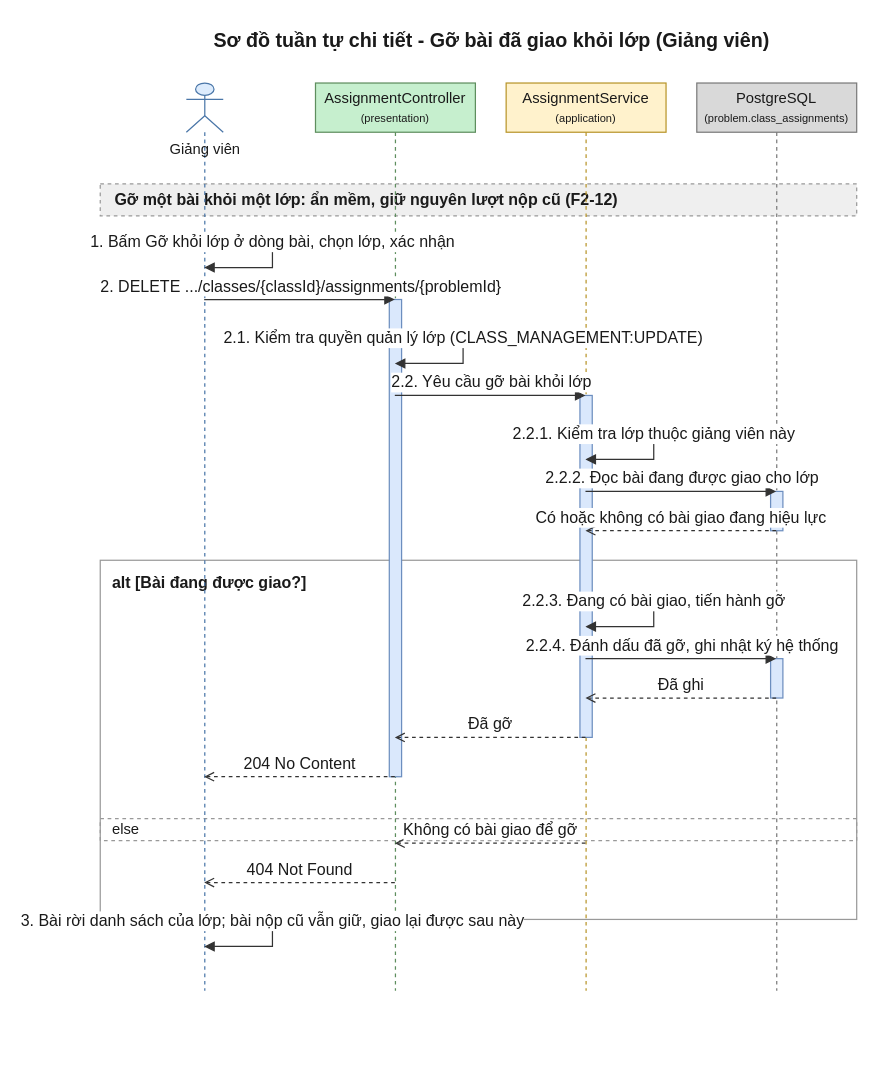
Above: 08-diagram/sequence/gv/sequence_gv_go_bai_khoi_lop.drawio in daiphu1801/PRJ_ALGOPREP (draw.io), before the change. Source tidied: cells renumbered, new cells numbered last; positions are measured from the earlier drawing's top-left corner, leaving out a move shared by most shapes. Both pictures are drawn from the tidied source at 123%, with x=0, y=0 at pixel (100, 21).
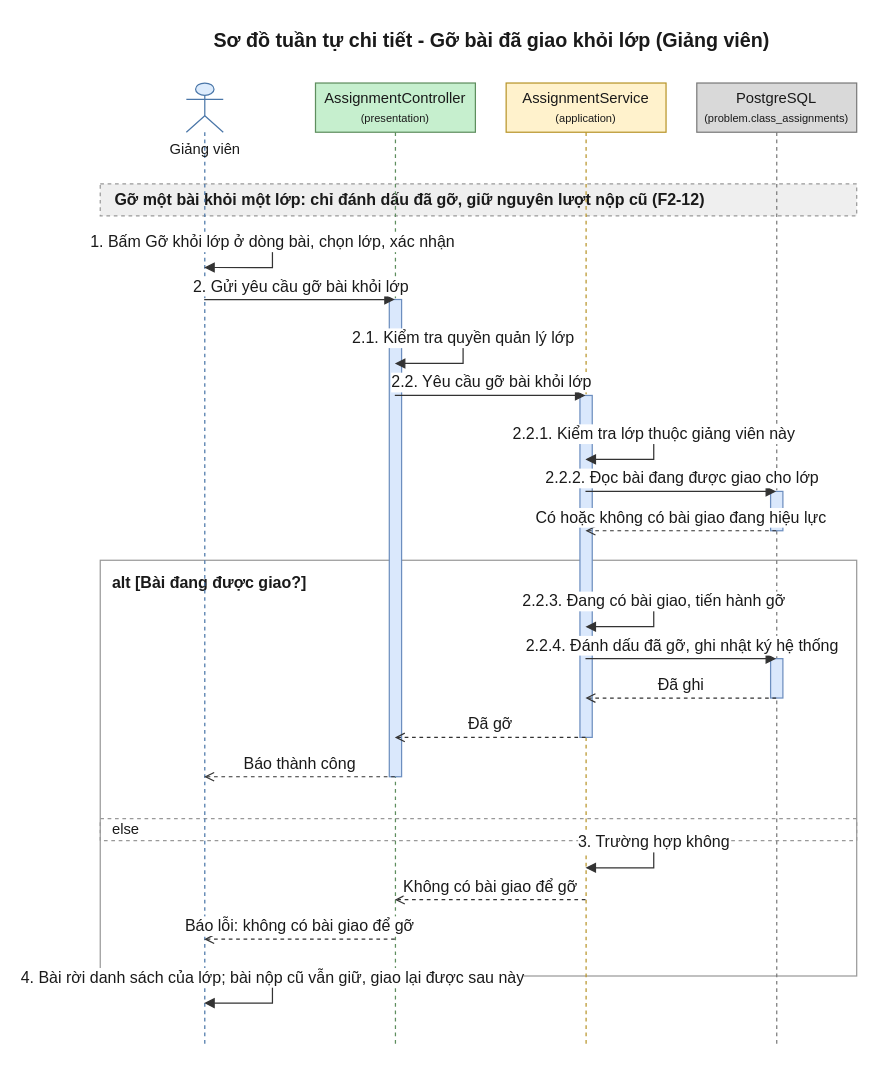
The same diagram, later.

The edit, as a diff of the source:
```diff
@@
     <mxCell id="3" value="alt [Bài đang được giao?]" style="algoprep=alt;rounded=0;whiteSpace=wrap;html=1;fillColor=none;strokeColor=#999999;verticalAlign=top;align=left;spacingLeft=8;spacingTop=4;fontColor=#1A1A1A;fontSize=13;fontStyle=1;dashed=0;" parent="1" vertex="1">
-      <mxGeometry y="438" width="615" height="292" as="geometry" />
+      <mxGeometry y="438" width="615" height="338" as="geometry" />
     </mxCell>
@@
-    <mxCell id="5" value="Gỡ một bài khỏi một lớp: ẩn mềm, giữ nguyên lượt nộp cũ (F2-12)" style="algoprep=phase;rounded=0;whiteSpace=wrap;html=1;fillColor=#EFEFEF;strokeColor=#999999;dashed=1;align=left;verticalAlign=middle;spacingLeft=10;fontColor=#1A1A1A;fontSize=13;fontStyle=1;" parent="1" vertex="1">
+    <mxCell id="5" value="Gỡ một bài khỏi một lớp: chỉ đánh dấu đã gỡ, giữ nguyên lượt nộp cũ (F2-12)" style="algoprep=phase;rounded=0;whiteSpace=wrap;html=1;fillColor=#EFEFEF;strokeColor=#999999;dashed=1;align=left;verticalAlign=middle;spacingLeft=10;fontColor=#1A1A1A;fontSize=13;fontStyle=1;" parent="1" vertex="1">
       <mxGeometry y="132" width="615" height="26" as="geometry" />
     </mxCell>
     <mxCell id="6" value="Giảng viên" style="shape=umlLifeline;participant=umlActor;perimeter=lifelinePerimeter;html=1;outlineConnect=0;size=40;verticalAlign=top;spacingTop=40;fillColor=#DCEBFC;strokeColor=#4A76A8;fontColor=#1A1A1A;" parent="1" vertex="1">
-      <mxGeometry x="70" y="50" width="30" height="738" as="geometry" />
+      <mxGeometry x="70" y="50" width="30" height="784" as="geometry" />
     </mxCell>
     <mxCell id="7" value="AssignmentController&lt;br&gt;&lt;font style=&quot;font-size:9px&quot;&gt;(presentation)&lt;/font&gt;" style="shape=umlLifeline;perimeter=lifelinePerimeter;whiteSpace=wrap;html=1;outlineConnect=0;size=40;fillColor=#C6EFCE;strokeColor=#5E8E5E;fontColor=#1A1A1A;" parent="1" vertex="1">
-      <mxGeometry x="175" y="50" width="130" height="738" as="geometry" />
+      <mxGeometry x="175" y="50" width="130" height="784" as="geometry" />
     </mxCell>
     <mxCell id="8" value="AssignmentService&lt;br&gt;&lt;font style=&quot;font-size:9px&quot;&gt;(application)&lt;/font&gt;" style="shape=umlLifeline;perimeter=lifelinePerimeter;whiteSpace=wrap;html=1;outlineConnect=0;size=40;fillColor=#FFF2CC;strokeColor=#B8952A;fontColor=#1A1A1A;" parent="1" vertex="1">
-      <mxGeometry x="330" y="50" width="130" height="738" as="geometry" />
+      <mxGeometry x="330" y="50" width="130" height="784" as="geometry" />
     </mxCell>
     <mxCell id="9" value="PostgreSQL&lt;br&gt;&lt;font style=&quot;font-size:9px&quot;&gt;(problem.class_assignments)&lt;/font&gt;" style="shape=umlLifeline;perimeter=lifelinePerimeter;whiteSpace=wrap;html=1;outlineConnect=0;size=40;fillColor=#D9D9D9;strokeColor=#7A7A7A;fontColor=#1A1A1A;" parent="1" vertex="1">
-      <mxGeometry x="485" y="50" width="130" height="738" as="geometry" />
+      <mxGeometry x="485" y="50" width="130" height="784" as="geometry" />
     </mxCell>
@@
-    <mxCell id="14" value="1. Bấm Gỡ khỏi lớp ở dòng bài, chọn lớp, xác nhận" style="edgeStyle=orthogonalEdgeStyle;rounded=0;html=1;endArrow=block;endFill=1;strokeColor=#333333;fontColor=#1A1A1A;fontSize=13;verticalAlign=bottom;exitX=0.5;exitY=0.1762;exitDx=0;exitDy=0;entryX=0.5;entryY=0.2033;entryDx=0;entryDy=0;" parent="1" edge="1" source="6" target="6">
+    <mxCell id="14" value="1. Bấm Gỡ khỏi lớp ở dòng bài, chọn lớp, xác nhận" style="edgeStyle=orthogonalEdgeStyle;rounded=0;html=1;endArrow=block;endFill=1;strokeColor=#333333;fontColor=#1A1A1A;fontSize=13;verticalAlign=bottom;exitX=0.5;exitY=0.1658;exitDx=0;exitDy=0;entryX=0.5;entryY=0.1913;entryDx=0;entryDy=0;" parent="1" edge="1" source="6" target="6">
       <mxGeometry relative="1" as="geometry">
         <Array as="points">
           <mxPoint x="140" y="180" />
           <mxPoint x="140" y="200" />
         </Array>
       </mxGeometry>
     </mxCell>
-    <mxCell id="15" value="2. DELETE .../classes/{classId}/assignments/{problemId}" style="edgeStyle=none;html=1;endArrow=block;endFill=1;strokeColor=#333333;fontColor=#1A1A1A;fontSize=13;verticalAlign=bottom;exitX=0.5;exitY=0.2385;exitDx=0;exitDy=0;entryX=0.5;entryY=0.2385;entryDx=0;entryDy=0;" parent="1" edge="1" source="6" target="7">
+    <mxCell id="15" value="2. Gửi yêu cầu gỡ bài khỏi lớp" style="edgeStyle=none;html=1;endArrow=block;endFill=1;strokeColor=#333333;fontColor=#1A1A1A;fontSize=13;verticalAlign=bottom;exitX=0.5;exitY=0.2245;exitDx=0;exitDy=0;entryX=0.5;entryY=0.2245;entryDx=0;entryDy=0;" parent="1" edge="1" source="6" target="7">
       <mxGeometry relative="1" as="geometry" />
     </mxCell>
-    <mxCell id="16" value="2.1. Kiểm tra quyền quản lý lớp (CLASS_MANAGEMENT:UPDATE)" style="edgeStyle=orthogonalEdgeStyle;rounded=0;html=1;endArrow=block;endFill=1;strokeColor=#333333;fontColor=#1A1A1A;fontSize=13;verticalAlign=bottom;exitX=0.5;exitY=0.2818;exitDx=0;exitDy=0;entryX=0.5;entryY=0.3089;entryDx=0;entryDy=0;" parent="1" edge="1" source="7" target="7">
+    <mxCell id="16" value="2.1. Kiểm tra quyền quản lý lớp" style="edgeStyle=orthogonalEdgeStyle;rounded=0;html=1;endArrow=block;endFill=1;strokeColor=#333333;fontColor=#1A1A1A;fontSize=13;verticalAlign=bottom;exitX=0.5;exitY=0.2653;exitDx=0;exitDy=0;entryX=0.5;entryY=0.2908;entryDx=0;entryDy=0;" parent="1" edge="1" source="7" target="7">
       <mxGeometry relative="1" as="geometry">
         <Array as="points">
           <mxPoint x="295" y="258" />
           <mxPoint x="295" y="278" />
         </Array>
       </mxGeometry>
     </mxCell>
-    <mxCell id="17" value="2.2. Yêu cầu gỡ bài khỏi lớp" style="edgeStyle=none;html=1;endArrow=block;endFill=1;strokeColor=#333333;fontColor=#1A1A1A;fontSize=13;verticalAlign=bottom;exitX=0.5;exitY=0.3442;exitDx=0;exitDy=0;entryX=0.5;entryY=0.3442;entryDx=0;entryDy=0;" parent="1" edge="1" source="7" target="8">
+    <mxCell id="17" value="2.2. Yêu cầu gỡ bài khỏi lớp" style="edgeStyle=none;html=1;endArrow=block;endFill=1;strokeColor=#333333;fontColor=#1A1A1A;fontSize=13;verticalAlign=bottom;exitX=0.5;exitY=0.3240;exitDx=0;exitDy=0;entryX=0.5;entryY=0.3240;entryDx=0;entryDy=0;" parent="1" edge="1" source="7" target="8">
       <mxGeometry relative="1" as="geometry" />
     </mxCell>
-    <mxCell id="18" value="2.2.1. Kiểm tra lớp thuộc giảng viên này" style="edgeStyle=orthogonalEdgeStyle;rounded=0;html=1;endArrow=block;endFill=1;strokeColor=#333333;fontColor=#1A1A1A;fontSize=13;verticalAlign=bottom;exitX=0.5;exitY=0.3875;exitDx=0;exitDy=0;entryX=0.5;entryY=0.4146;entryDx=0;entryDy=0;" parent="1" edge="1" source="8" target="8">
+    <mxCell id="18" value="2.2.1. Kiểm tra lớp thuộc giảng viên này" style="edgeStyle=orthogonalEdgeStyle;rounded=0;html=1;endArrow=block;endFill=1;strokeColor=#333333;fontColor=#1A1A1A;fontSize=13;verticalAlign=bottom;exitX=0.5;exitY=0.3648;exitDx=0;exitDy=0;entryX=0.5;entryY=0.3903;entryDx=0;entryDy=0;" parent="1" edge="1" source="8" target="8">
       <mxGeometry relative="1" as="geometry">
         <Array as="points">
           <mxPoint x="450" y="336" />
           <mxPoint x="450" y="356" />
         </Array>
       </mxGeometry>
     </mxCell>
-    <mxCell id="19" value="2.2.2. Đọc bài đang được giao cho lớp" style="edgeStyle=none;html=1;endArrow=block;endFill=1;strokeColor=#333333;fontColor=#1A1A1A;fontSize=13;verticalAlign=bottom;exitX=0.5;exitY=0.4499;exitDx=0;exitDy=0;entryX=0.5;entryY=0.4499;entryDx=0;entryDy=0;" parent="1" edge="1" source="8" target="9">
+    <mxCell id="19" value="2.2.2. Đọc bài đang được giao cho lớp" style="edgeStyle=none;html=1;endArrow=block;endFill=1;strokeColor=#333333;fontColor=#1A1A1A;fontSize=13;verticalAlign=bottom;exitX=0.5;exitY=0.4235;exitDx=0;exitDy=0;entryX=0.5;entryY=0.4235;entryDx=0;entryDy=0;" parent="1" edge="1" source="8" target="9">
       <mxGeometry relative="1" as="geometry" />
     </mxCell>
-    <mxCell id="20" value="Có hoặc không có bài giao đang hiệu lực" style="edgeStyle=none;html=1;endArrow=open;endFill=0;dashed=1;strokeColor=#333333;fontColor=#1A1A1A;fontSize=13;verticalAlign=bottom;exitX=0.5;exitY=0.4932;exitDx=0;exitDy=0;entryX=0.5;entryY=0.4932;entryDx=0;entryDy=0;" parent="1" edge="1" source="9" target="8">
+    <mxCell id="20" value="Có hoặc không có bài giao đang hiệu lực" style="edgeStyle=none;html=1;endArrow=open;endFill=0;dashed=1;strokeColor=#333333;fontColor=#1A1A1A;fontSize=13;verticalAlign=bottom;exitX=0.5;exitY=0.4643;exitDx=0;exitDy=0;entryX=0.5;entryY=0.4643;entryDx=0;entryDy=0;" parent="1" edge="1" source="9" target="8">
       <mxGeometry relative="1" as="geometry" />
     </mxCell>
-    <mxCell id="21" value="2.2.3. Đang có bài giao, tiến hành gỡ" style="edgeStyle=orthogonalEdgeStyle;rounded=0;html=1;endArrow=block;endFill=1;strokeColor=#333333;fontColor=#1A1A1A;fontSize=13;verticalAlign=bottom;exitX=0.5;exitY=0.5718;exitDx=0;exitDy=0;entryX=0.5;entryY=0.5989;entryDx=0;entryDy=0;" parent="1" edge="1" source="8" target="8">
+    <mxCell id="21" value="2.2.3. Đang có bài giao, tiến hành gỡ" style="edgeStyle=orthogonalEdgeStyle;rounded=0;html=1;endArrow=block;endFill=1;strokeColor=#333333;fontColor=#1A1A1A;fontSize=13;verticalAlign=bottom;exitX=0.5;exitY=0.5383;exitDx=0;exitDy=0;entryX=0.5;entryY=0.5638;entryDx=0;entryDy=0;" parent="1" edge="1" source="8" target="8">
       <mxGeometry relative="1" as="geometry">
         <Array as="points">
           <mxPoint x="450" y="472" />
           <mxPoint x="450" y="492" />
         </Array>
       </mxGeometry>
     </mxCell>
-    <mxCell id="22" value="2.2.4. Đánh dấu đã gỡ, ghi nhật ký hệ thống" style="edgeStyle=none;html=1;endArrow=block;endFill=1;strokeColor=#333333;fontColor=#1A1A1A;fontSize=13;verticalAlign=bottom;exitX=0.5;exitY=0.6341;exitDx=0;exitDy=0;entryX=0.5;entryY=0.6341;entryDx=0;entryDy=0;" parent="1" edge="1" source="8" target="9">
+    <mxCell id="22" value="2.2.4. Đánh dấu đã gỡ, ghi nhật ký hệ thống" style="edgeStyle=none;html=1;endArrow=block;endFill=1;strokeColor=#333333;fontColor=#1A1A1A;fontSize=13;verticalAlign=bottom;exitX=0.5;exitY=0.5969;exitDx=0;exitDy=0;entryX=0.5;entryY=0.5969;entryDx=0;entryDy=0;" parent="1" edge="1" source="8" target="9">
       <mxGeometry relative="1" as="geometry" />
     </mxCell>
-    <mxCell id="23" value="Đã ghi" style="edgeStyle=none;html=1;endArrow=open;endFill=0;dashed=1;strokeColor=#333333;fontColor=#1A1A1A;fontSize=13;verticalAlign=bottom;exitX=0.5;exitY=0.6775;exitDx=0;exitDy=0;entryX=0.5;entryY=0.6775;entryDx=0;entryDy=0;" parent="1" edge="1" source="9" target="8">
+    <mxCell id="23" value="Đã ghi" style="edgeStyle=none;html=1;endArrow=open;endFill=0;dashed=1;strokeColor=#333333;fontColor=#1A1A1A;fontSize=13;verticalAlign=bottom;exitX=0.5;exitY=0.6378;exitDx=0;exitDy=0;entryX=0.5;entryY=0.6378;entryDx=0;entryDy=0;" parent="1" edge="1" source="9" target="8">
       <mxGeometry relative="1" as="geometry" />
     </mxCell>
-    <mxCell id="24" value="Đã gỡ" style="edgeStyle=none;html=1;endArrow=open;endFill=0;dashed=1;strokeColor=#333333;fontColor=#1A1A1A;fontSize=13;verticalAlign=bottom;exitX=0.5;exitY=0.7209;exitDx=0;exitDy=0;entryX=0.5;entryY=0.7209;entryDx=0;entryDy=0;" parent="1" edge="1" source="8" target="7">
+    <mxCell id="24" value="Đã gỡ" style="edgeStyle=none;html=1;endArrow=open;endFill=0;dashed=1;strokeColor=#333333;fontColor=#1A1A1A;fontSize=13;verticalAlign=bottom;exitX=0.5;exitY=0.6786;exitDx=0;exitDy=0;entryX=0.5;entryY=0.6786;entryDx=0;entryDy=0;" parent="1" edge="1" source="8" target="7">
       <mxGeometry relative="1" as="geometry" />
     </mxCell>
-    <mxCell id="25" value="204 No Content" style="edgeStyle=none;html=1;endArrow=open;endFill=0;dashed=1;strokeColor=#333333;fontColor=#1A1A1A;fontSize=13;verticalAlign=bottom;exitX=0.5;exitY=0.7642;exitDx=0;exitDy=0;entryX=0.5;entryY=0.7642;entryDx=0;entryDy=0;" parent="1" edge="1" source="7" target="6">
+    <mxCell id="25" value="Báo thành công" style="edgeStyle=none;html=1;endArrow=open;endFill=0;dashed=1;strokeColor=#333333;fontColor=#1A1A1A;fontSize=13;verticalAlign=bottom;exitX=0.5;exitY=0.7194;exitDx=0;exitDy=0;entryX=0.5;entryY=0.7194;entryDx=0;entryDy=0;" parent="1" edge="1" source="7" target="6">
       <mxGeometry relative="1" as="geometry" />
     </mxCell>
-    <mxCell id="26" value="Không có bài giao để gỡ" style="edgeStyle=none;html=1;endArrow=open;endFill=0;dashed=1;strokeColor=#333333;fontColor=#1A1A1A;fontSize=13;verticalAlign=bottom;exitX=0.5;exitY=0.8374;exitDx=0;exitDy=0;entryX=0.5;entryY=0.8374;entryDx=0;entryDy=0;" parent="1" edge="1" source="8" target="7">
-      <mxGeometry relative="1" as="geometry" />
+    <mxCell id="26" value="3. Trường hợp không" style="edgeStyle=orthogonalEdgeStyle;rounded=0;html=1;endArrow=block;endFill=1;strokeColor=#333333;fontColor=#1A1A1A;fontSize=13;verticalAlign=bottom;exitX=0.5;exitY=0.7883;exitDx=0;exitDy=0;entryX=0.5;entryY=0.8138;entryDx=0;entryDy=0;" parent="1" edge="1" source="8" target="8">
+      <mxGeometry relative="1" as="geometry">
+        <Array as="points">
+          <mxPoint x="450" y="668" />
+          <mxPoint x="450" y="688" />
+        </Array>
+      </mxGeometry>
     </mxCell>
-    <mxCell id="27" value="404 Not Found" style="edgeStyle=none;html=1;endArrow=open;endFill=0;dashed=1;strokeColor=#333333;fontColor=#1A1A1A;fontSize=13;verticalAlign=bottom;exitX=0.5;exitY=0.8808;exitDx=0;exitDy=0;entryX=0.5;entryY=0.8808;entryDx=0;entryDy=0;" parent="1" edge="1" source="7" target="6">
+    <mxCell id="27" value="Không có bài giao để gỡ" style="edgeStyle=none;html=1;endArrow=open;endFill=0;dashed=1;strokeColor=#333333;fontColor=#1A1A1A;fontSize=13;verticalAlign=bottom;exitX=0.5;exitY=0.8469;exitDx=0;exitDy=0;entryX=0.5;entryY=0.8469;entryDx=0;entryDy=0;" parent="1" edge="1" source="8" target="7">
       <mxGeometry relative="1" as="geometry" />
     </mxCell>
-    <mxCell id="28" value="3. Bài rời danh sách của lớp; bài nộp cũ vẫn giữ, giao lại được sau này" style="edgeStyle=orthogonalEdgeStyle;rounded=0;html=1;endArrow=block;endFill=1;strokeColor=#333333;fontColor=#1A1A1A;fontSize=13;verticalAlign=bottom;exitX=0.5;exitY=0.9241;exitDx=0;exitDy=0;entryX=0.5;entryY=0.9512;entryDx=0;entryDy=0;" parent="1" edge="1" source="6" target="6">
-      <mxGeometry relative="1" as="geometry">
-        <Array as="points">
-          <mxPoint x="140" y="732" />
-          <mxPoint x="140" y="752" />
-        </Array>
-      </mxGeometry>
+    <mxCell id="28" value="Báo lỗi: không có bài giao để gỡ" style="edgeStyle=none;html=1;endArrow=open;endFill=0;dashed=1;strokeColor=#333333;fontColor=#1A1A1A;fontSize=13;verticalAlign=bottom;exitX=0.5;exitY=0.8878;exitDx=0;exitDy=0;entryX=0.5;entryY=0.8878;entryDx=0;entryDy=0;" parent="1" edge="1" source="7" target="6">
+      <mxGeometry relative="1" as="geometry" />
     </mxCell>
+    <mxCell id="29" value="4. Bài rời danh sách của lớp; bài nộp cũ vẫn giữ, giao lại được sau này" style="edgeStyle=orthogonalEdgeStyle;rounded=0;html=1;endArrow=block;endFill=1;strokeColor=#333333;fontColor=#1A1A1A;fontSize=13;verticalAlign=bottom;exitX=0.5;exitY=0.9286;exitDx=0;exitDy=0;entryX=0.5;entryY=0.9541;entryDx=0;entryDy=0;" parent="1" edge="1" source="6" target="6">
+      <mxGeometry relative="1" as="geometry">
+        <Array as="points">
+          <mxPoint x="140" y="778" />
+          <mxPoint x="140" y="798" />
+        </Array>
+      </mxGeometry>
+    </mxCell>
```
